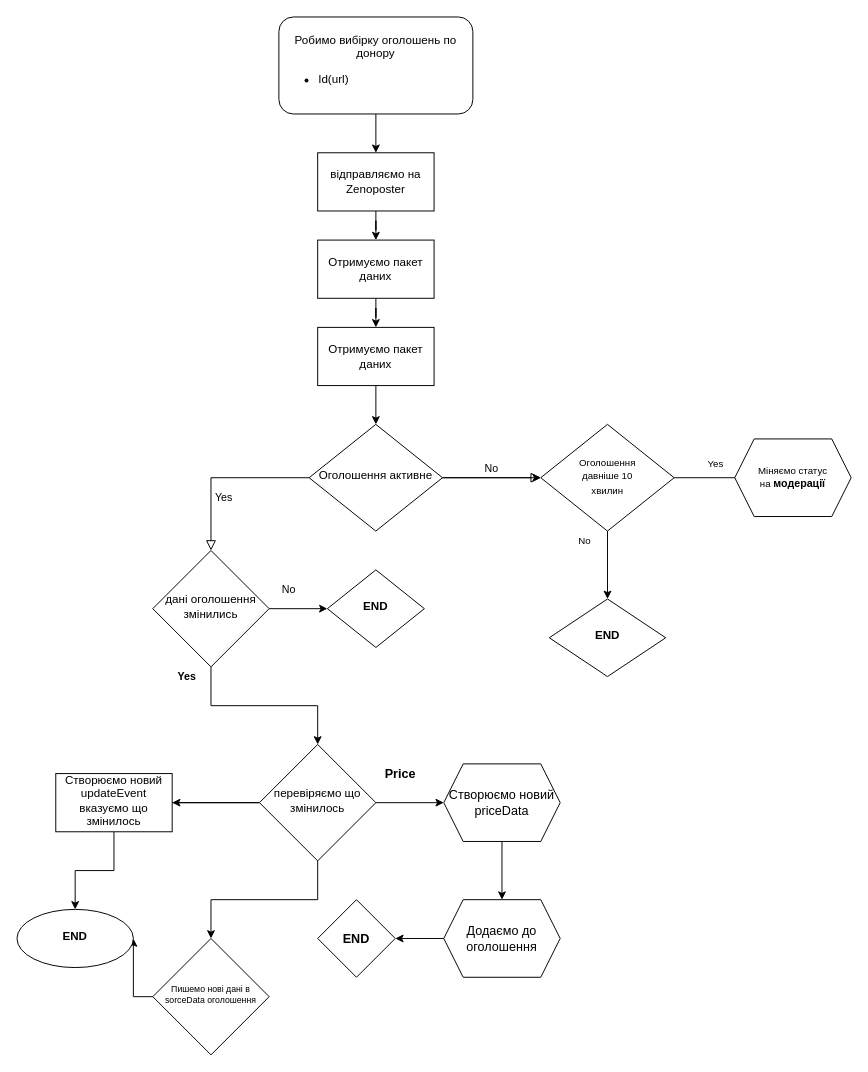
Above: Algorithm_2.drawio in Dromich/car_dog_diagram (draw.io), before the change. Source tidied: cells renumbered, new cells numbered last; positions are measured from the earlier drawing's top-left corner, leaving out a move shared by most shapes. Both pictures are drawn from the tidied source at 97%, with x=0, y=0 at pixel (16, 16).
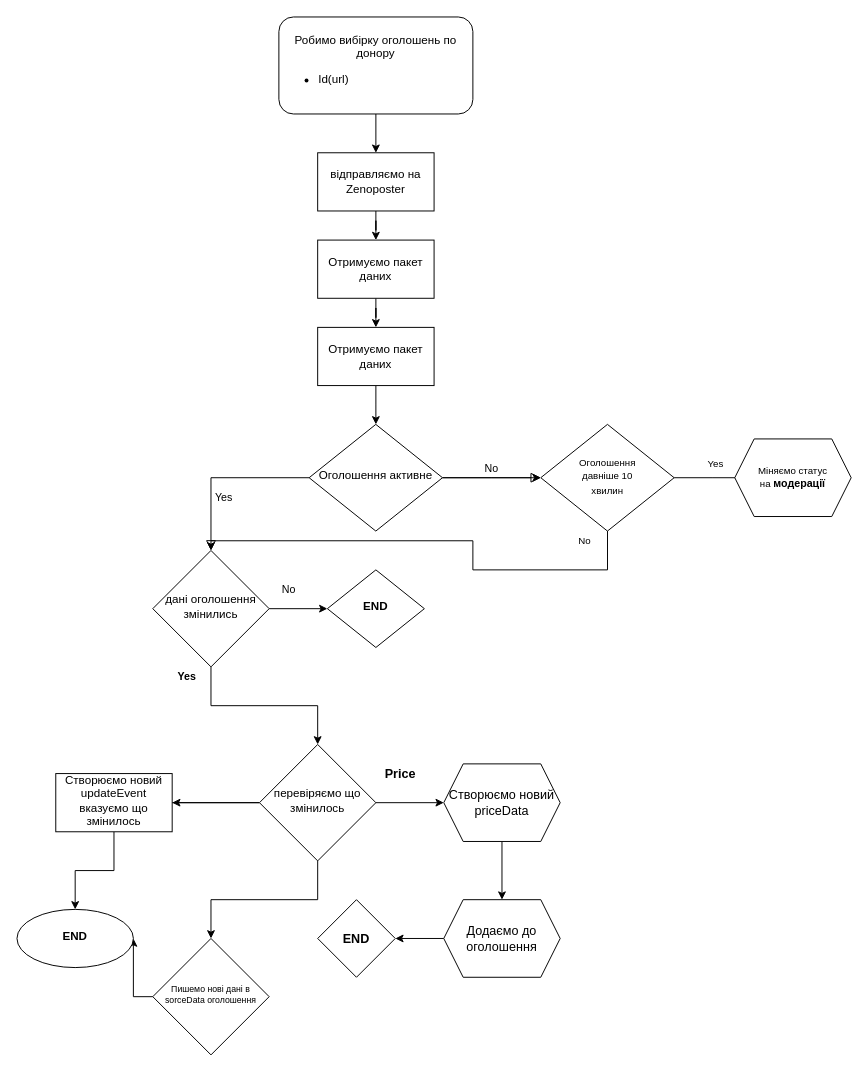
The same diagram, later.

Unchanged cells that the change refers to:
```xml
<mxCell id="10" value="дані оголошення змінились" style="rhombus;whiteSpace=wrap;html=1;shadow=0;fontFamily=Helvetica;fontSize=12;align=center;strokeWidth=1;spacing=6;spacingTop=-4;" parent="1" vertex="1">
  <mxGeometry x="140" y="550" width="120" height="120" as="geometry" />
</mxCell>
<mxCell id="19" value="&lt;blockquote&gt;&lt;div align=&quot;center&quot;&gt;&lt;font style=&quot;font-size: 10px; line-height: 1;&quot;&gt;Оголошення давніше 10 хвилин&lt;/font&gt;&lt;/div&gt;&lt;/blockquote&gt;" style="rhombus;whiteSpace=wrap;html=1;shadow=0;fontFamily=Helvetica;fontSize=12;align=center;strokeWidth=1;spacing=6;spacingTop=-4;" parent="1" vertex="1">
  <mxGeometry x="540" y="420" width="137.5" height="110" as="geometry" />
</mxCell>
```

What changed in the source:
```diff
@@
-    <mxCell id="18" style="edgeStyle=orthogonalEdgeStyle;rounded=0;jettySize=auto;html=1;fontSize=10;" parent="1" edge="1" source="19" target="21">
-      <mxGeometry relative="1" as="geometry" />
+    <mxCell id="18" style="edgeStyle=orthogonalEdgeStyle;rounded=0;jettySize=auto;html=1;fontSize=10;" parent="1" edge="1" source="19" target="10">
+      <mxGeometry relative="1" as="geometry">
+        <Array as="points">
+          <mxPoint x="609" y="570" />
+          <mxPoint x="470" y="570" />
+          <mxPoint x="470" y="540" />
+          <mxPoint x="200" y="540" />
+        </Array>
+      </mxGeometry>
     </mxCell>
@@
-    <mxCell id="21" value="&lt;b&gt;END&lt;/b&gt;" style="rhombus;whiteSpace=wrap;html=1;shadow=0;fontFamily=Helvetica;fontSize=12;align=center;strokeWidth=1;spacing=6;spacingTop=-4;" parent="1" vertex="1">
-      <mxGeometry x="548.8" y="600" width="120" height="80" as="geometry" />
-    </mxCell>
```
